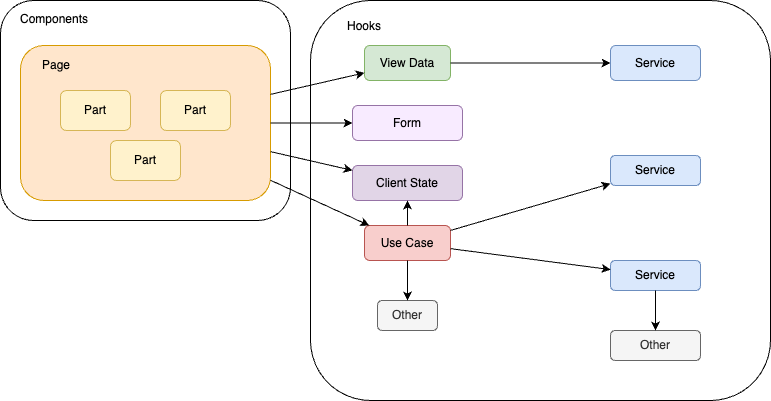
This is example-app/SantokuApp/.attachments/stereotype.drawio.png from ws-4020/mobile-app-crib-notes, a draw.io export, as it was before one commit. Source tidied: cells renumbered, new cells last; positions are measured from the earlier drawing's top-left corner, leaving out a move shared by most shapes.
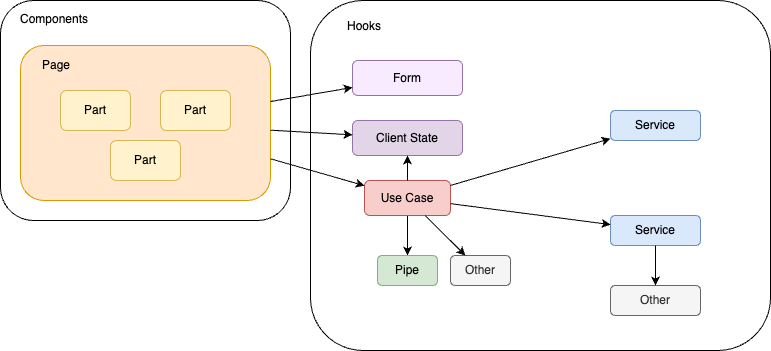
The same diagram one commit later.

What changed in the source:
```diff
@@ -18,32 +18,23 @@
       <mxGeometry x="60" y="90" width="70" height="40" as="geometry" />
     </mxCell>
     <mxCell id="7" value="Hooks" style="rounded=1;whiteSpace=wrap;html=1;align=left;verticalAlign=top;spacingLeft=35;spacingBottom=0;spacingTop=12;" parent="1" vertex="1">
-      <mxGeometry x="310" width="460" height="400" as="geometry" />
+      <mxGeometry x="310" width="460" height="350" as="geometry" />
     </mxCell>
-    <mxCell id="8" value="View Data" style="rounded=1;whiteSpace=wrap;html=1;fillColor=#d5e8d4;strokeColor=#82b366;" parent="1" vertex="1">
-      <mxGeometry x="364" y="45" width="86" height="35" as="geometry" />
-    </mxCell>
-    <mxCell id="9" value="Service" style="rounded=1;whiteSpace=wrap;html=1;fillColor=#dae8fc;strokeColor=#6c8ebf;" parent="1" vertex="1">
-      <mxGeometry x="610" y="45" width="90" height="35" as="geometry" />
-    </mxCell>
+    <mxCell id="27" style="edgeStyle=orthogonalEdgeStyle;rounded=0;jettySize=auto;html=1;entryX=0.5;entryY=0;entryDx=0;entryDy=0;" parent="1" edge="1" source="10" target="28">
+      <mxGeometry relative="1" as="geometry" />
+    </mxCell>
     <mxCell id="10" value="Use Case" style="rounded=1;whiteSpace=wrap;html=1;fillColor=#f8cecc;strokeColor=#b85450;" parent="1" vertex="1">
-      <mxGeometry x="364" y="225" width="86" height="35" as="geometry" />
+      <mxGeometry x="364" y="180" width="86" height="35" as="geometry" />
     </mxCell>
     <mxCell id="11" value="Service" style="rounded=1;whiteSpace=wrap;html=1;fillColor=#dae8fc;strokeColor=#6c8ebf;" parent="1" vertex="1">
-      <mxGeometry x="610" y="155" width="90" height="30" as="geometry" />
+      <mxGeometry x="610" y="110" width="90" height="30" as="geometry" />
     </mxCell>
     <mxCell id="12" value="Service" style="rounded=1;whiteSpace=wrap;html=1;fillColor=#dae8fc;strokeColor=#6c8ebf;" parent="1" vertex="1">
-      <mxGeometry x="610" y="260" width="90" height="30" as="geometry" />
+      <mxGeometry x="610" y="215" width="90" height="30" as="geometry" />
     </mxCell>
-    <mxCell id="13" style="endArrow=classic;html=1;rounded=0;" parent="1" edge="1" source="3" target="8">
-      <mxGeometry relative="1" as="geometry" />
-    </mxCell>
     <mxCell id="14" style="endArrow=classic;html=1;rounded=0;" parent="1" edge="1" source="3" target="10">
       <mxGeometry relative="1" as="geometry" />
     </mxCell>
-    <mxCell id="15" style="endArrow=classic;html=1;rounded=0;" parent="1" edge="1" source="8" target="9">
-      <mxGeometry relative="1" as="geometry" />
-    </mxCell>
     <mxCell id="16" style="endArrow=classic;html=1;rounded=0;" parent="1" edge="1" source="10" target="12">
       <mxGeometry relative="1" as="geometry" />
     </mxCell>
@@ -51,10 +42,10 @@
       <mxGeometry relative="1" as="geometry" />
     </mxCell>
     <mxCell id="18" value="Client State" style="rounded=1;whiteSpace=wrap;html=1;fillColor=#e1d5e7;strokeColor=#9673a6;" parent="1" vertex="1">
-      <mxGeometry x="352" y="165" width="110" height="35" as="geometry" />
+      <mxGeometry x="352" y="120" width="110" height="35" as="geometry" />
     </mxCell>
     <mxCell id="19" value="Other" style="rounded=1;whiteSpace=wrap;html=1;fillColor=#f5f5f5;strokeColor=#666666;fontColor=#333333;" parent="1" vertex="1">
-      <mxGeometry x="610" y="330" width="90" height="30" as="geometry" />
+      <mxGeometry x="610" y="285" width="90" height="30" as="geometry" />
     </mxCell>
     <mxCell id="20" style="endArrow=classic;html=1;rounded=0;" parent="1" edge="1" source="10" target="18">
       <mxGeometry relative="1" as="geometry" />
@@ -63,7 +54,7 @@
       <mxGeometry relative="1" as="geometry" />
     </mxCell>
     <mxCell id="22" value="Other" style="rounded=1;whiteSpace=wrap;html=1;fillColor=#f5f5f5;strokeColor=#666666;fontColor=#333333;" parent="1" vertex="1">
-      <mxGeometry x="377" y="300" width="60" height="30" as="geometry" />
+      <mxGeometry x="450" y="255" width="60" height="30" as="geometry" />
     </mxCell>
     <mxCell id="23" style="endArrow=classic;html=1;rounded=0;" parent="1" edge="1" source="10" target="22">
       <mxGeometry relative="1" as="geometry" />
@@ -72,10 +63,13 @@
       <mxGeometry relative="1" as="geometry" />
     </mxCell>
     <mxCell id="25" value="Form" style="rounded=1;whiteSpace=wrap;html=1;fillColor=#F8EBFF;strokeColor=#9673a6;" parent="1" vertex="1">
-      <mxGeometry x="352" y="105" width="110" height="35" as="geometry" />
+      <mxGeometry x="352" y="60" width="110" height="35" as="geometry" />
     </mxCell>
     <mxCell id="26" style="endArrow=classic;html=1;rounded=0;" parent="1" edge="1" source="3" target="25">
       <mxGeometry relative="1" as="geometry" />
     </mxCell>
+    <mxCell id="28" value="Pipe" style="rounded=1;whiteSpace=wrap;html=1;fillColor=#d5e8d4;strokeColor=#82b366;" parent="1" vertex="1">
+      <mxGeometry x="377" y="255" width="60" height="30" as="geometry" />
+    </mxCell>
   </root>
 </mxGraphModel>
```
